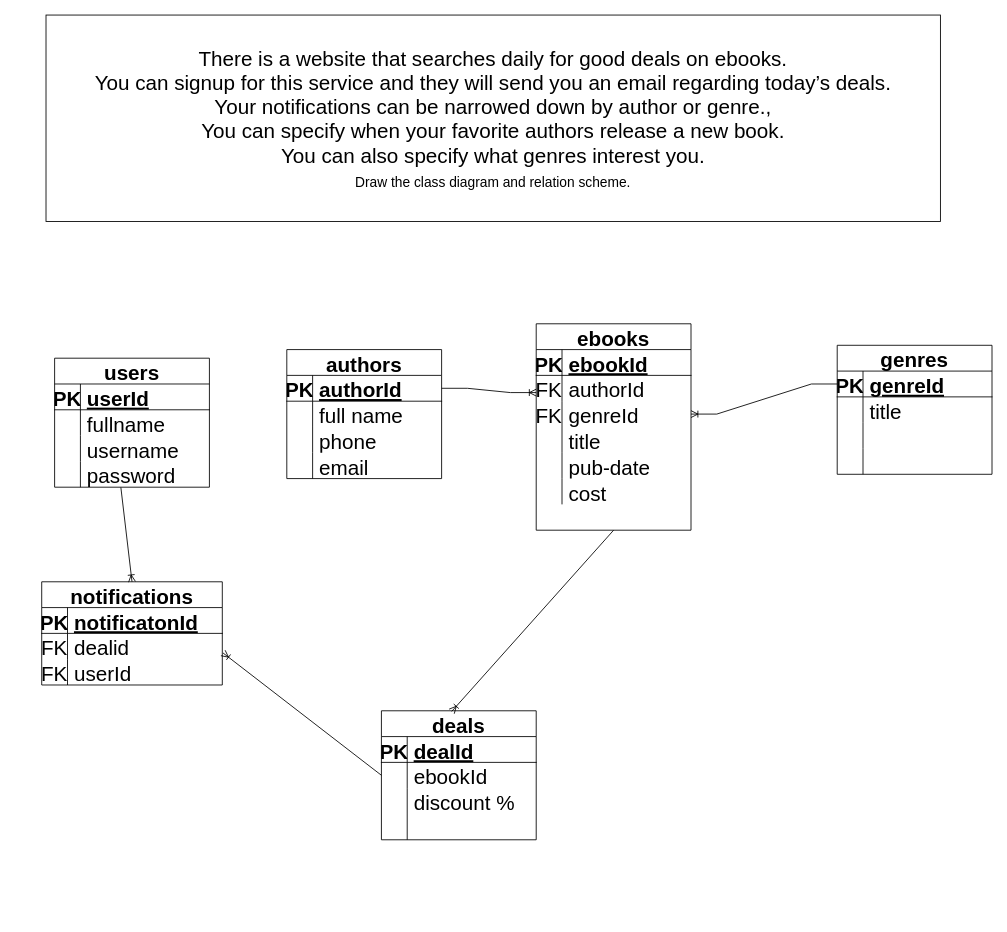
The draw.io diagram page "classes" (3 of 4) of Workshops/ERD Workshop/05 - Ebook-deals.drawio in kingsley-ijomah/draw.io, before the edit. Source tidied: cells renumbered, new cells numbered last; positions are measured from the earlier drawing's top-left corner, leaving out a move shared by most shapes. Both pictures are drawn from the tidied source at 86%, with x=0, y=0 at pixel (41, 15).
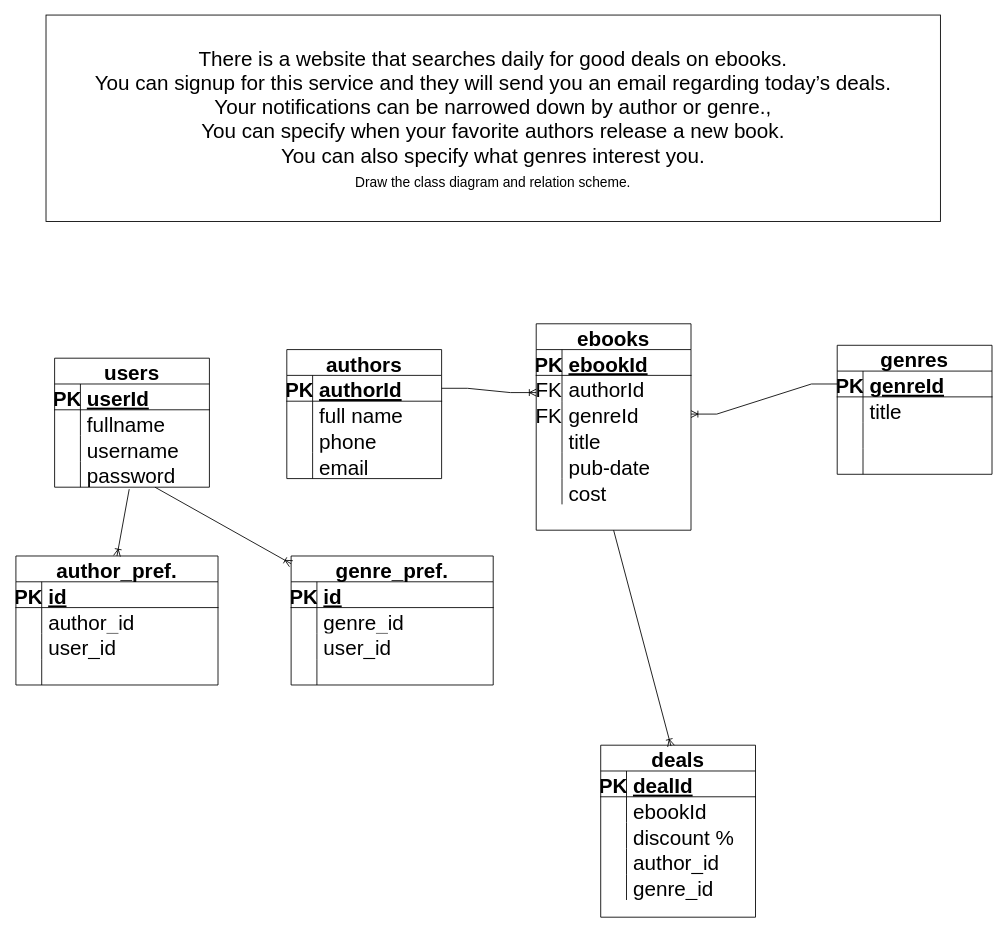
After the change.

The change refers to these unchanged cells:
```xml
<mxCell id="12" style="shape=tableRow;horizontal=0;startSize=0;swimlaneHead=0;swimlaneBody=0;fillColor=none;points=[[0,0.5],[1,0.5]];portConstraint=eastwest;top=0;left=0;right=0;bottom=0;fontSize=24;" parent="2" vertex="1">
  <mxGeometry y="120" width="180" height="30" as="geometry" />
</mxCell>
<mxCell id="65" style="shape=tableRow;horizontal=0;startSize=0;swimlaneHead=0;swimlaneBody=0;fillColor=none;points=[[0,0.5],[1,0.5]];portConstraint=eastwest;top=0;left=0;right=0;bottom=0;fontSize=24;" parent="61" vertex="1">
  <mxGeometry y="60" width="180" height="30" as="geometry" />
</mxCell>
<mxCell id="71" style="shape=tableRow;horizontal=0;startSize=0;swimlaneHead=0;swimlaneBody=0;fillColor=none;top=0;left=0;right=0;bottom=0;fontSize=24;" parent="61" vertex="1">
  <mxGeometry y="120" width="180" height="30" as="geometry" />
</mxCell>
```

What changed in the source:
```diff
@@
     <mxCell id="61" value="deals" style="shape=table;startSize=30;childLayout=tableLayout;rowLines=0;fontStyle=1;align=center;fontSize=24;" parent="1" vertex="1">
-      <mxGeometry x="395" y="809" width="180" height="150" as="geometry" />
+      <mxGeometry x="650" y="849" width="180" height="200" as="geometry" />
     </mxCell>
@@
-    <mxCell id="73" style="shape=partialRectangle;fillColor=none;top=0;left=0;bottom=0;right=0;align=left;spacingLeft=6;overflow=hidden;fontSize=24;" parent="71" vertex="1">
+    <mxCell id="73" value="author_id" style="shape=partialRectangle;fillColor=none;top=0;left=0;bottom=0;right=0;align=left;spacingLeft=6;overflow=hidden;fontSize=24;" parent="71" vertex="1">
       <mxGeometry x="30" width="150" height="30" as="geometry" />
     </mxCell>
-    <mxCell id="74" value="notifications" style="shape=table;startSize=30;childLayout=tableLayout;rowLines=0;fontStyle=1;align=center;fontSize=24;" parent="1" vertex="1">
-      <mxGeometry y="659" width="210" height="120" as="geometry" />
-    </mxCell>
-    <mxCell id="75" style="shape=tableRow;horizontal=0;startSize=0;swimlaneHead=0;swimlaneBody=0;fillColor=none;top=0;left=0;right=0;bottom=1;fontSize=24;" parent="74" vertex="1">
-      <mxGeometry y="30" width="210" height="30" as="geometry" />
-    </mxCell>
-    <mxCell id="76" value="PK" style="shape=partialRectangle;fillColor=none;top=0;left=0;bottom=0;right=0;fontStyle=1;overflow=hidden;fontSize=24;" parent="75" vertex="1">
-      <mxGeometry width="30" height="30" as="geometry" />
-    </mxCell>
-    <mxCell id="77" value="notificatonId" style="shape=partialRectangle;fillColor=none;top=0;left=0;bottom=0;right=0;align=left;spacingLeft=6;fontStyle=5;overflow=hidden;fontSize=24;" parent="75" vertex="1">
-      <mxGeometry x="30" width="180" height="30" as="geometry" />
-    </mxCell>
-    <mxCell id="78" style="shape=tableRow;horizontal=0;startSize=0;swimlaneHead=0;swimlaneBody=0;fillColor=none;points=[[0,0.5],[1,0.5]];portConstraint=eastwest;top=0;left=0;right=0;bottom=0;fontSize=24;" parent="74" vertex="1">
-      <mxGeometry y="60" width="210" height="30" as="geometry" />
-    </mxCell>
-    <mxCell id="79" value="FK" style="shape=partialRectangle;fillColor=none;top=0;left=0;bottom=0;right=0;overflow=hidden;fontSize=24;" parent="78" vertex="1">
-      <mxGeometry width="30" height="30" as="geometry" />
-    </mxCell>
-    <mxCell id="80" value="dealid" style="shape=partialRectangle;fillColor=none;top=0;left=0;bottom=0;right=0;align=left;spacingLeft=6;overflow=hidden;fontSize=24;" parent="78" vertex="1">
-      <mxGeometry x="30" width="180" height="30" as="geometry" />
-    </mxCell>
-    <mxCell id="81" style="shape=tableRow;horizontal=0;startSize=0;swimlaneHead=0;swimlaneBody=0;fillColor=none;top=0;left=0;right=0;bottom=0;fontSize=24;" parent="74" vertex="1">
-      <mxGeometry y="90" width="210" height="30" as="geometry" />
-    </mxCell>
-    <mxCell id="82" value="FK" style="shape=partialRectangle;fillColor=none;top=0;left=0;bottom=0;right=0;overflow=hidden;fontSize=24;" parent="81" vertex="1">
-      <mxGeometry width="30" height="30" as="geometry" />
-    </mxCell>
-    <mxCell id="83" value="userId" style="shape=partialRectangle;fillColor=none;top=0;left=0;bottom=0;right=0;align=left;spacingLeft=6;overflow=hidden;fontSize=24;" parent="81" vertex="1">
-      <mxGeometry x="30" width="180" height="30" as="geometry" />
-    </mxCell>
+    <mxCell id="89" style="shape=tableRow;horizontal=0;startSize=0;swimlaneHead=0;swimlaneBody=0;fillColor=none;top=0;left=0;right=0;bottom=0;fontSize=24;" parent="61" vertex="1">
+      <mxGeometry y="150" width="180" height="30" as="geometry" />
+    </mxCell>
+    <mxCell id="90" style="shape=partialRectangle;fillColor=none;top=0;left=0;bottom=0;right=0;overflow=hidden;fontSize=24;" parent="89" vertex="1">
+      <mxGeometry width="30" height="30" as="geometry" />
+    </mxCell>
+    <mxCell id="91" value="genre_id" style="shape=partialRectangle;fillColor=none;top=0;left=0;bottom=0;right=0;align=left;spacingLeft=6;overflow=hidden;fontSize=24;" parent="89" vertex="1">
+      <mxGeometry x="30" width="150" height="30" as="geometry" />
+    </mxCell>
@@
-    <mxCell id="86" style="fontSize=12;html=1;endArrow=ERoneToMany;rounded=0;exitX=0.428;exitY=1.009;exitDx=0;exitDy=0;exitPerimeter=0;entryX=0.5;entryY=0;entryDx=0;entryDy=0;" parent="1" edge="1" source="12" target="74">
-      <mxGeometry relative="1" as="geometry" />
-    </mxCell>
-    <mxCell id="87" style="fontSize=12;html=1;endArrow=ERoneToMany;rounded=0;exitX=0;exitY=0.5;exitDx=0;exitDy=0;entryX=1.004;entryY=0.759;entryDx=0;entryDy=0;entryPerimeter=0;" parent="1" edge="1" source="65" target="78">
-      <mxGeometry relative="1" as="geometry" />
-    </mxCell>
@@
+    <mxCell id="92" value="author_pref." style="shape=table;startSize=30;childLayout=tableLayout;rowLines=0;fontStyle=1;align=center;fontSize=24;" parent="1" vertex="1">
+      <mxGeometry x="-30" y="629" width="235" height="150" as="geometry" />
+    </mxCell>
+    <mxCell id="93" style="shape=tableRow;horizontal=0;startSize=0;swimlaneHead=0;swimlaneBody=0;fillColor=none;top=0;left=0;right=0;bottom=1;fontSize=24;" parent="92" vertex="1">
+      <mxGeometry y="30" width="235" height="30" as="geometry" />
+    </mxCell>
+    <mxCell id="94" value="PK" style="shape=partialRectangle;fillColor=none;top=0;left=0;bottom=0;right=0;fontStyle=1;overflow=hidden;fontSize=24;" parent="93" vertex="1">
+      <mxGeometry width="30" height="30" as="geometry" />
+    </mxCell>
+    <mxCell id="95" value="id" style="shape=partialRectangle;fillColor=none;top=0;left=0;bottom=0;right=0;align=left;spacingLeft=6;fontStyle=5;overflow=hidden;fontSize=24;" parent="93" vertex="1">
+      <mxGeometry x="30" width="205" height="30" as="geometry" />
+    </mxCell>
+    <mxCell id="96" style="shape=tableRow;horizontal=0;startSize=0;swimlaneHead=0;swimlaneBody=0;fillColor=none;top=0;left=0;right=0;bottom=0;fontSize=24;" parent="92" vertex="1">
+      <mxGeometry y="60" width="235" height="30" as="geometry" />
+    </mxCell>
+    <mxCell id="97" style="shape=partialRectangle;fillColor=none;top=0;left=0;bottom=0;right=0;overflow=hidden;fontSize=24;" parent="96" vertex="1">
+      <mxGeometry width="30" height="30" as="geometry" />
+    </mxCell>
+    <mxCell id="98" value="author_id" style="shape=partialRectangle;fillColor=none;top=0;left=0;bottom=0;right=0;align=left;spacingLeft=6;overflow=hidden;fontSize=24;" parent="96" vertex="1">
+      <mxGeometry x="30" width="205" height="30" as="geometry" />
+    </mxCell>
+    <mxCell id="99" style="shape=tableRow;horizontal=0;startSize=0;swimlaneHead=0;swimlaneBody=0;fillColor=none;top=0;left=0;right=0;bottom=0;fontSize=24;" parent="92" vertex="1">
+      <mxGeometry y="90" width="235" height="30" as="geometry" />
+    </mxCell>
+    <mxCell id="100" style="shape=partialRectangle;fillColor=none;top=0;left=0;bottom=0;right=0;overflow=hidden;fontSize=24;" parent="99" vertex="1">
+      <mxGeometry width="30" height="30" as="geometry" />
+    </mxCell>
+    <mxCell id="101" value="user_id" style="shape=partialRectangle;fillColor=none;top=0;left=0;bottom=0;right=0;align=left;spacingLeft=6;overflow=hidden;fontSize=24;" parent="99" vertex="1">
+      <mxGeometry x="30" width="205" height="30" as="geometry" />
+    </mxCell>
+    <mxCell id="102" style="shape=tableRow;horizontal=0;startSize=0;swimlaneHead=0;swimlaneBody=0;fillColor=none;top=0;left=0;right=0;bottom=0;fontSize=24;" parent="92" vertex="1">
+      <mxGeometry y="120" width="235" height="30" as="geometry" />
+    </mxCell>
+    <mxCell id="103" style="shape=partialRectangle;fillColor=none;top=0;left=0;bottom=0;right=0;overflow=hidden;fontSize=24;" parent="102" vertex="1">
+      <mxGeometry width="30" height="30" as="geometry" />
+    </mxCell>
+    <mxCell id="104" style="shape=partialRectangle;fillColor=none;top=0;left=0;bottom=0;right=0;align=left;spacingLeft=6;overflow=hidden;fontSize=24;" parent="102" vertex="1">
+      <mxGeometry x="30" width="205" height="30" as="geometry" />
+    </mxCell>
+    <mxCell id="105" value="genre_pref." style="shape=table;startSize=30;childLayout=tableLayout;rowLines=0;fontStyle=1;align=center;fontSize=24;" parent="1" vertex="1">
+      <mxGeometry x="290" y="629" width="235" height="150" as="geometry" />
+    </mxCell>
+    <mxCell id="106" style="shape=tableRow;horizontal=0;startSize=0;swimlaneHead=0;swimlaneBody=0;fillColor=none;top=0;left=0;right=0;bottom=1;fontSize=24;" parent="105" vertex="1">
+      <mxGeometry y="30" width="235" height="30" as="geometry" />
+    </mxCell>
+    <mxCell id="107" value="PK" style="shape=partialRectangle;fillColor=none;top=0;left=0;bottom=0;right=0;fontStyle=1;overflow=hidden;fontSize=24;" parent="106" vertex="1">
+      <mxGeometry width="30" height="30" as="geometry" />
+    </mxCell>
+    <mxCell id="108" value="id" style="shape=partialRectangle;fillColor=none;top=0;left=0;bottom=0;right=0;align=left;spacingLeft=6;fontStyle=5;overflow=hidden;fontSize=24;" parent="106" vertex="1">
+      <mxGeometry x="30" width="205" height="30" as="geometry" />
+    </mxCell>
+    <mxCell id="109" style="shape=tableRow;horizontal=0;startSize=0;swimlaneHead=0;swimlaneBody=0;fillColor=none;top=0;left=0;right=0;bottom=0;fontSize=24;" parent="105" vertex="1">
+      <mxGeometry y="60" width="235" height="30" as="geometry" />
+    </mxCell>
+    <mxCell id="110" style="shape=partialRectangle;fillColor=none;top=0;left=0;bottom=0;right=0;overflow=hidden;fontSize=24;" parent="109" vertex="1">
+      <mxGeometry width="30" height="30" as="geometry" />
+    </mxCell>
+    <mxCell id="111" value="genre_id" style="shape=partialRectangle;fillColor=none;top=0;left=0;bottom=0;right=0;align=left;spacingLeft=6;overflow=hidden;fontSize=24;" parent="109" vertex="1">
+      <mxGeometry x="30" width="205" height="30" as="geometry" />
+    </mxCell>
+    <mxCell id="112" style="shape=tableRow;horizontal=0;startSize=0;swimlaneHead=0;swimlaneBody=0;fillColor=none;top=0;left=0;right=0;bottom=0;fontSize=24;" parent="105" vertex="1">
+      <mxGeometry y="90" width="235" height="30" as="geometry" />
+    </mxCell>
+    <mxCell id="113" style="shape=partialRectangle;fillColor=none;top=0;left=0;bottom=0;right=0;overflow=hidden;fontSize=24;" parent="112" vertex="1">
+      <mxGeometry width="30" height="30" as="geometry" />
+    </mxCell>
+    <mxCell id="114" value="user_id" style="shape=partialRectangle;fillColor=none;top=0;left=0;bottom=0;right=0;align=left;spacingLeft=6;overflow=hidden;fontSize=24;" parent="112" vertex="1">
+      <mxGeometry x="30" width="205" height="30" as="geometry" />
+    </mxCell>
+    <mxCell id="115" style="shape=tableRow;horizontal=0;startSize=0;swimlaneHead=0;swimlaneBody=0;fillColor=none;top=0;left=0;right=0;bottom=0;fontSize=24;" parent="105" vertex="1">
+      <mxGeometry y="120" width="235" height="30" as="geometry" />
+    </mxCell>
+    <mxCell id="116" style="shape=partialRectangle;fillColor=none;top=0;left=0;bottom=0;right=0;overflow=hidden;fontSize=24;" parent="115" vertex="1">
+      <mxGeometry width="30" height="30" as="geometry" />
+    </mxCell>
+    <mxCell id="117" style="shape=partialRectangle;fillColor=none;top=0;left=0;bottom=0;right=0;align=left;spacingLeft=6;overflow=hidden;fontSize=24;" parent="115" vertex="1">
+      <mxGeometry x="30" width="205" height="30" as="geometry" />
+    </mxCell>
+    <mxCell id="118" style="fontSize=12;html=1;endArrow=ERoneToMany;rounded=0;exitX=0.482;exitY=1.075;exitDx=0;exitDy=0;entryX=0.5;entryY=0;entryDx=0;entryDy=0;exitPerimeter=0;" parent="1" edge="1" source="12" target="92">
+      <mxGeometry relative="1" as="geometry" />
+    </mxCell>
+    <mxCell id="119" style="fontSize=12;html=1;endArrow=ERoneToMany;rounded=0;" parent="1" edge="1" source="12" target="105">
+      <mxGeometry relative="1" as="geometry" />
+    </mxCell>
```
